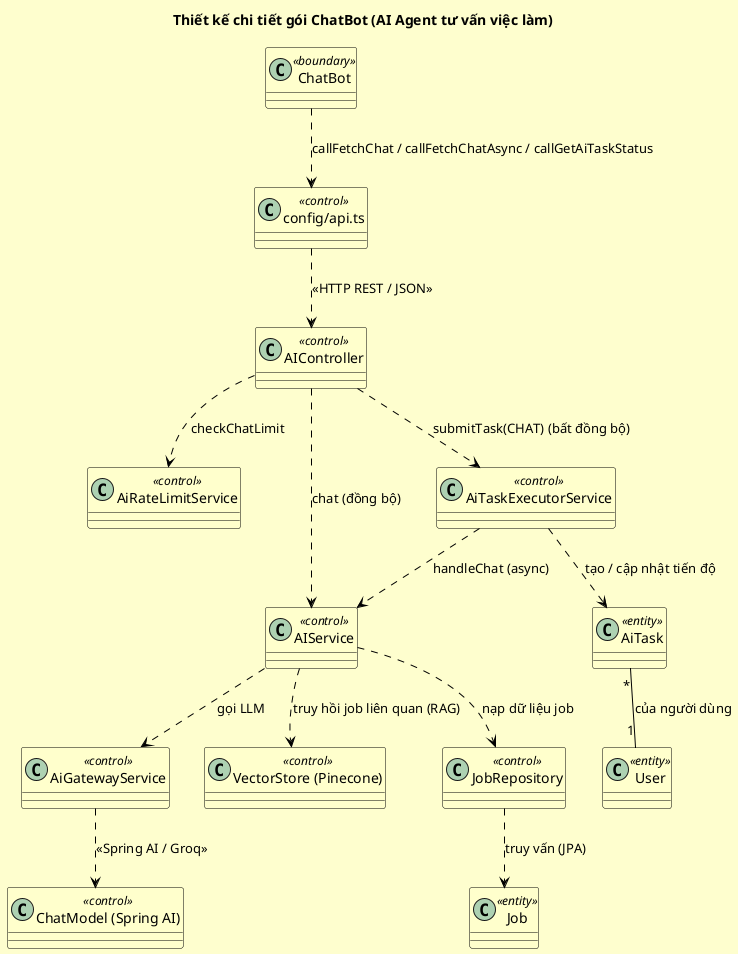
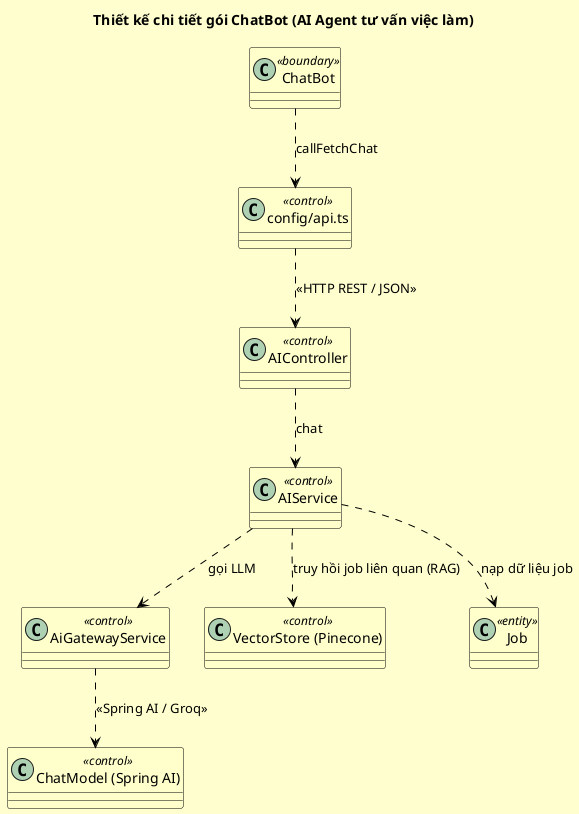
@startuml ThietKeChiTiet_ChatBot
title Thiết kế chi tiết gói ChatBot (AI Agent tư vấn việc làm)

' Quy ước quan hệ (UML):
'   ..>   Dependency   (phụ thuộc)
'   --    Association  (kết hợp)
'   o--   Aggregation  (kết tập)
'   *--   Composition  (hợp thành)
'   --|>  Inheritance  (kế thừa)
'   ..|>  Implementation (thực thi)

skinparam classBackgroundColor #FFFFCC
skinparam classBorderColor black
skinparam backgroundColor #FEFECE
skinparam ArrowColor black
skinparam shadowing false

' ===== BOUNDARY (Giao diện) =====
class "ChatBot" <<boundary>> {}

' ===== CONTROL (Xử lý logic) =====
class "config/api.ts" as ApiC <<control>> {}
class "AIController" <<control>> {}
- class "AiRateLimitService" <<control>> {}
class "AIService" <<control>> {}
- class "AiTaskExecutorService" <<control>> {}
class "AiGatewayService" <<control>> {}
class "ChatModel (Spring AI)" as ChatModel <<control>> {}
class "VectorStore (Pinecone)" as VectorStore <<control>> {}
- class "JobRepository" <<control>> {}

' ===== ENTITY (Dữ liệu) =====
- class "AiTask" <<entity>> {}
class "Job" <<entity>> {}
- class "User" <<entity>> {}

- ' ===== Phụ thuộc: Front-end -> Back-end =====
- "ChatBot" ..> ApiC : callFetchChat / callFetchChatAsync / callGetAiTaskStatus
+ ' ===== Luồng chính (RAG) =====
+ "ChatBot" ..> ApiC : callFetchChat
ApiC ..> "AIController" : <<HTTP REST / JSON>>
- 
- ' ===== Phụ thuộc: Back-end =====
- "AIController" ..> "AiRateLimitService" : checkChatLimit
- "AIController" ..> "AIService" : chat (đồng bộ)
- "AIController" ..> "AiTaskExecutorService" : submitTask(CHAT) (bất đồng bộ)
- "AiTaskExecutorService" ..> "AiTask" : tạo / cập nhật tiến độ
- "AiTaskExecutorService" ..> "AIService" : handleChat (async)
+ "AIController" ..> "AIService" : chat
+ "AIService" ..> "VectorStore" : truy hồi job liên quan (RAG)
+ "AIService" ..> "Job" : nạp dữ liệu job
"AIService" ..> "AiGatewayService" : gọi LLM
- "AIService" ..> "VectorStore" : truy hồi job liên quan (RAG)
- "AIService" ..> "JobRepository" : nạp dữ liệu job
- "JobRepository" ..> "Job" : truy vấn (JPA)
"AiGatewayService" ..> "ChatModel" : <<Spring AI / Groq>>

- ' ===== Quan hệ giữa các thực thể (JPA) =====
- "AiTask" "*" -- "1" "User" : của người dùng
- 
@enduml
